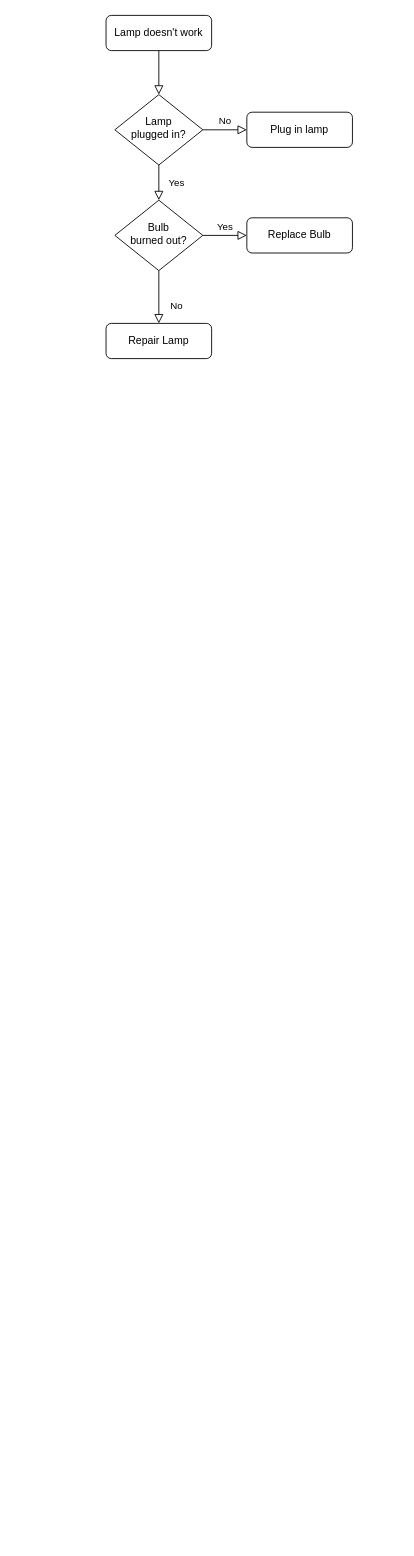
This is src/main/java/testApp/Untitled Diagram.drawio from ChrisZcu/demo, a draw.io file, before an edit. Source tidied: cells renumbered, new cells numbered last; positions are measured from the earlier drawing's top-left corner, leaving out a move shared by most shapes. Both pictures are drawn from the tidied source at 88%, with x=0, y=0 at pixel (106, 15).
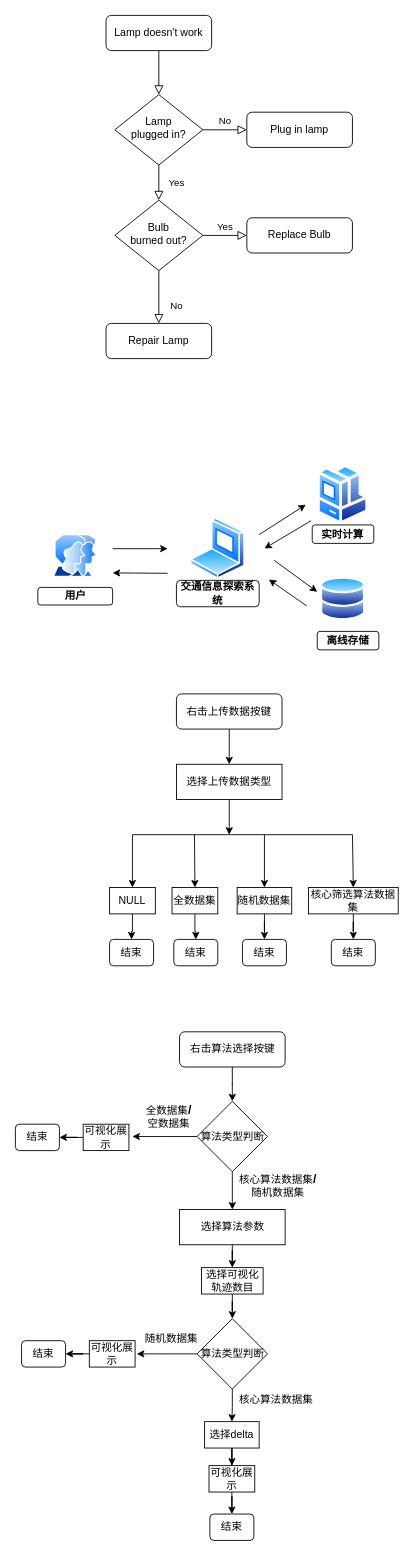
The same page after the edit.

Diff of the diagram source:
```diff
@@
+    <mxCell id="13" style="perimeter=ellipsePerimeter;html=1;align=center;shadow=0;dashed=0;spacingTop=3;image;image=img/lib/active_directory/user_accounts.svg;" parent="1" vertex="1">
+      <mxGeometry x="-60" y="590" width="50" height="48.5" as="geometry" />
+    </mxCell>
+    <mxCell id="14" value="&lt;b&gt;用户&lt;/b&gt;" style="rounded=1;whiteSpace=wrap;html=1;fontSize=12;glass=0;strokeWidth=1;shadow=0;" parent="1" vertex="1">
+      <mxGeometry x="-77.5" y="650" width="85" height="20" as="geometry" />
+    </mxCell>
+    <mxCell id="15" style="endArrow=classic;html=1;" parent="1" edge="1">
+      <mxGeometry relative="1" as="geometry">
+        <mxPoint x="7.5" y="606" as="sourcePoint" />
+        <mxPoint x="70" y="606" as="targetPoint" />
+      </mxGeometry>
+    </mxCell>
+    <mxCell id="16" style="endArrow=classic;html=1;" parent="1" edge="1">
+      <mxGeometry relative="1" as="geometry">
+        <mxPoint x="70" y="634" as="sourcePoint" />
+        <mxPoint x="7.5" y="633.5" as="targetPoint" />
+      </mxGeometry>
+    </mxCell>
+    <mxCell id="17" style="perimeter=ellipsePerimeter;html=1;align=center;shadow=0;dashed=0;spacingTop=3;image;image=img/lib/active_directory/laptop_client.svg;" parent="1" vertex="1">
+      <mxGeometry x="95.5" y="571" width="63" height="70" as="geometry" />
+    </mxCell>
+    <mxCell id="18" value="&lt;b&gt;交通信息探索系统&lt;/b&gt;" style="rounded=1;whiteSpace=wrap;html=1;fontSize=12;glass=0;strokeWidth=1;shadow=0;" parent="1" vertex="1">
+      <mxGeometry x="80" y="642" width="94" height="30" as="geometry" />
+    </mxCell>
+    <mxCell id="19" style="endArrow=classic;html=1;" parent="1" edge="1">
+      <mxGeometry relative="1" as="geometry">
+        <mxPoint x="174" y="590" as="sourcePoint" />
+        <mxPoint x="227" y="556" as="targetPoint" />
+      </mxGeometry>
+    </mxCell>
+    <mxCell id="20" style="endArrow=classic;html=1;" parent="1" edge="1">
+      <mxGeometry relative="1" as="geometry">
+        <mxPoint x="233" y="574.2" as="sourcePoint" />
+        <mxPoint x="180" y="605.8" as="targetPoint" />
+      </mxGeometry>
+    </mxCell>
+    <mxCell id="21" style="perimeter=ellipsePerimeter;html=1;align=center;shadow=0;dashed=0;spacingTop=3;image;image=img/lib/active_directory/databases.svg;" parent="1" vertex="1">
+      <mxGeometry x="243.8" y="638" width="51" height="50" as="geometry" />
+    </mxCell>
+    <mxCell id="22" style="perimeter=ellipsePerimeter;html=1;align=center;shadow=0;dashed=0;spacingTop=3;image;image=img/lib/active_directory/workstation_client.svg;" parent="1" vertex="1">
+      <mxGeometry x="240" y="510" width="58.6" height="69" as="geometry" />
+    </mxCell>
+    <mxCell id="23" style="endArrow=classic;html=1;" parent="1" edge="1">
+      <mxGeometry relative="1" as="geometry">
+        <mxPoint x="191" y="619.2" as="sourcePoint" />
+        <mxPoint x="240" y="655" as="targetPoint" />
+      </mxGeometry>
+    </mxCell>
+    <mxCell id="24" style="endArrow=classic;html=1;" parent="1" edge="1">
+      <mxGeometry relative="1" as="geometry">
+        <mxPoint x="228" y="671" as="sourcePoint" />
+        <mxPoint x="185" y="641" as="targetPoint" />
+      </mxGeometry>
+    </mxCell>
+    <mxCell id="25" value="&lt;b&gt;实时计算&lt;/b&gt;" style="rounded=1;whiteSpace=wrap;html=1;fontSize=12;glass=0;strokeWidth=1;shadow=0;" parent="1" vertex="1">
+      <mxGeometry x="234.3" y="579" width="70" height="21" as="geometry" />
+    </mxCell>
+    <mxCell id="26" value="&lt;b&gt;离线存储&lt;/b&gt;" style="rounded=1;whiteSpace=wrap;html=1;fontSize=12;glass=0;strokeWidth=1;shadow=0;" parent="1" vertex="1">
+      <mxGeometry x="240" y="700" width="70" height="21" as="geometry" />
+    </mxCell>
+    <mxCell id="27" style="edgeStyle=orthogonalEdgeStyle;rounded=0;jettySize=auto;html=1;entryX=0.5;entryY=0;entryDx=0;entryDy=0;" parent="1" edge="1" source="28" target="30">
+      <mxGeometry relative="1" as="geometry" />
+    </mxCell>
+    <mxCell id="28" value="右击上传数据按键" style="rounded=1;whiteSpace=wrap;html=1;fontSize=12;glass=0;strokeWidth=1;shadow=0;" parent="1" vertex="1">
+      <mxGeometry x="80" y="771" width="120" height="40" as="geometry" />
+    </mxCell>
+    <mxCell id="29" style="edgeStyle=orthogonalEdgeStyle;rounded=0;jettySize=auto;html=1;" parent="1" edge="1" source="30">
+      <mxGeometry relative="1" as="geometry">
+        <mxPoint x="140" y="931" as="targetPoint" />
+      </mxGeometry>
+    </mxCell>
+    <mxCell id="30" value="选择上传数据类型" style="rounded=0;whiteSpace=wrap;html=1;" parent="1" vertex="1">
+      <mxGeometry x="80" y="851" width="120" height="40" as="geometry" />
+    </mxCell>
+    <mxCell id="31" style="endArrow=none;html=1;" parent="1" edge="1">
+      <mxGeometry relative="1" as="geometry">
+        <mxPoint x="30" y="931" as="sourcePoint" />
+        <mxPoint x="280" y="931" as="targetPoint" />
+      </mxGeometry>
+    </mxCell>
+    <mxCell id="32" style="endArrow=classic;html=1;entryX=0.5;entryY=0;entryDx=0;entryDy=0;" parent="1" edge="1" target="37">
+      <mxGeometry relative="1" as="geometry">
+        <mxPoint x="30" y="931" as="sourcePoint" />
+      </mxGeometry>
+    </mxCell>
+    <mxCell id="33" style="endArrow=classic;html=1;entryX=0.5;entryY=0;entryDx=0;entryDy=0;" parent="1" edge="1" target="39">
+      <mxGeometry relative="1" as="geometry">
+        <mxPoint x="100.5" y="931" as="sourcePoint" />
+      </mxGeometry>
+    </mxCell>
+    <mxCell id="34" style="endArrow=classic;html=1;entryX=0.5;entryY=0;entryDx=0;entryDy=0;" parent="1" edge="1" target="41">
+      <mxGeometry relative="1" as="geometry">
+        <mxPoint x="180" y="931" as="sourcePoint" />
+      </mxGeometry>
+    </mxCell>
+    <mxCell id="35" style="endArrow=classic;html=1;entryX=0.5;entryY=0;entryDx=0;entryDy=0;" parent="1" edge="1" target="43">
+      <mxGeometry relative="1" as="geometry">
+        <mxPoint x="280" y="931" as="sourcePoint" />
+      </mxGeometry>
+    </mxCell>
+    <mxCell id="36" style="edgeStyle=orthogonalEdgeStyle;rounded=0;jettySize=auto;html=1;entryX=0.5;entryY=0;entryDx=0;entryDy=0;" parent="1" edge="1" source="37" target="44">
+      <mxGeometry relative="1" as="geometry" />
+    </mxCell>
+    <mxCell id="37" value="NULL" style="rounded=0;whiteSpace=wrap;html=1;" parent="1" vertex="1">
+      <mxGeometry x="4" y="991" width="52" height="30" as="geometry" />
+    </mxCell>
+    <mxCell id="38" style="edgeStyle=orthogonalEdgeStyle;rounded=0;jettySize=auto;html=1;entryX=0.5;entryY=0;entryDx=0;entryDy=0;" parent="1" edge="1" source="39" target="45">
+      <mxGeometry relative="1" as="geometry" />
+    </mxCell>
+    <mxCell id="39" value="全数据集" style="rounded=0;whiteSpace=wrap;html=1;" parent="1" vertex="1">
+      <mxGeometry x="75" y="991" width="52" height="30" as="geometry" />
+    </mxCell>
+    <mxCell id="40" style="edgeStyle=orthogonalEdgeStyle;rounded=0;jettySize=auto;html=1;entryX=0.5;entryY=0;entryDx=0;entryDy=0;" parent="1" edge="1" source="41" target="46">
+      <mxGeometry relative="1" as="geometry" />
+    </mxCell>
+    <mxCell id="41" value="随机数据集" style="rounded=0;whiteSpace=wrap;html=1;" parent="1" vertex="1">
+      <mxGeometry x="149" y="991" width="62" height="30" as="geometry" />
+    </mxCell>
+    <mxCell id="42" style="edgeStyle=orthogonalEdgeStyle;rounded=0;jettySize=auto;html=1;entryX=0.5;entryY=0;entryDx=0;entryDy=0;" parent="1" edge="1" source="43" target="47">
+      <mxGeometry relative="1" as="geometry" />
+    </mxCell>
+    <mxCell id="43" value="核心筛选算法数据集" style="rounded=0;whiteSpace=wrap;html=1;" parent="1" vertex="1">
+      <mxGeometry x="230" y="991" width="102" height="30" as="geometry" />
+    </mxCell>
+    <mxCell id="44" value="结束" style="rounded=1;whiteSpace=wrap;html=1;fontSize=12;glass=0;strokeWidth=1;shadow=0;" parent="1" vertex="1">
+      <mxGeometry x="4" y="1050" width="50" height="30" as="geometry" />
+    </mxCell>
+    <mxCell id="45" value="结束" style="rounded=1;whiteSpace=wrap;html=1;fontSize=12;glass=0;strokeWidth=1;shadow=0;" parent="1" vertex="1">
+      <mxGeometry x="77" y="1050" width="50" height="30" as="geometry" />
+    </mxCell>
+    <mxCell id="46" value="结束" style="rounded=1;whiteSpace=wrap;html=1;fontSize=12;glass=0;strokeWidth=1;shadow=0;" parent="1" vertex="1">
+      <mxGeometry x="155" y="1050" width="50" height="30" as="geometry" />
+    </mxCell>
+    <mxCell id="47" value="结束" style="rounded=1;whiteSpace=wrap;html=1;fontSize=12;glass=0;strokeWidth=1;shadow=0;" parent="1" vertex="1">
+      <mxGeometry x="256" y="1050" width="50" height="30" as="geometry" />
+    </mxCell>
+    <mxCell id="48" style="edgeStyle=orthogonalEdgeStyle;rounded=0;jettySize=auto;html=1;entryX=0.5;entryY=0;entryDx=0;entryDy=0;" parent="1" edge="1" source="49" target="58">
+      <mxGeometry relative="1" as="geometry" />
+    </mxCell>
+    <mxCell id="49" value="右击算法选择按键" style="rounded=1;whiteSpace=wrap;html=1;fontSize=12;glass=0;strokeWidth=1;shadow=0;" parent="1" vertex="1">
+      <mxGeometry x="83.5" y="1155" width="120" height="40" as="geometry" />
+    </mxCell>
+    <mxCell id="50" style="edgeStyle=orthogonalEdgeStyle;rounded=0;jettySize=auto;html=1;entryX=0.5;entryY=0;entryDx=0;entryDy=0;" parent="1" edge="1" source="51" target="53">
+      <mxGeometry relative="1" as="geometry" />
+    </mxCell>
+    <mxCell id="51" value="选择算法参数" style="rounded=0;whiteSpace=wrap;html=1;" parent="1" vertex="1">
+      <mxGeometry x="83.5" y="1357" width="120" height="40" as="geometry" />
+    </mxCell>
+    <mxCell id="52" style="edgeStyle=orthogonalEdgeStyle;rounded=0;jettySize=auto;html=1;entryX=0.5;entryY=0;entryDx=0;entryDy=0;" parent="1" edge="1" source="53" target="66">
+      <mxGeometry relative="1" as="geometry" />
+    </mxCell>
+    <mxCell id="53" value="选择可视化轨迹数目" style="rounded=0;whiteSpace=wrap;html=1;" parent="1" vertex="1">
+      <mxGeometry x="108.5" y="1423" width="70" height="30" as="geometry" />
+    </mxCell>
+    <mxCell id="54" style="edgeStyle=orthogonalEdgeStyle;rounded=0;jettySize=auto;html=1;entryX=0.5;entryY=0;entryDx=0;entryDy=0;" parent="1" edge="1" source="55" target="73">
+      <mxGeometry relative="1" as="geometry" />
+    </mxCell>
+    <mxCell id="55" value="选择delta" style="rounded=0;whiteSpace=wrap;html=1;" parent="1" vertex="1">
+      <mxGeometry x="112" y="1598" width="62" height="30" as="geometry" />
+    </mxCell>
+    <mxCell id="56" style="edgeStyle=orthogonalEdgeStyle;rounded=0;jettySize=auto;html=1;" parent="1" edge="1" source="58">
+      <mxGeometry relative="1" as="geometry">
+        <mxPoint x="30" y="1274" as="targetPoint" />
+      </mxGeometry>
+    </mxCell>
+    <mxCell id="57" style="edgeStyle=orthogonalEdgeStyle;rounded=0;jettySize=auto;html=1;entryX=0.5;entryY=0;entryDx=0;entryDy=0;" parent="1" edge="1" source="58" target="51">
+      <mxGeometry relative="1" as="geometry" />
+    </mxCell>
+    <mxCell id="58" value="算法类型判断" style="rhombus;whiteSpace=wrap;html=1;" parent="1" vertex="1">
+      <mxGeometry x="103.5" y="1234" width="80" height="80" as="geometry" />
+    </mxCell>
+    <mxCell id="59" value="全数据集&lt;b&gt;&lt;font style=&quot;font-size: 14px&quot;&gt;/&lt;br&gt;&lt;/font&gt;&lt;/b&gt;空数据集" style="text;html=1;align=center;verticalAlign=middle;" parent="1" vertex="1">
+      <mxGeometry x="40" y="1234" width="62" height="33" as="geometry" />
+    </mxCell>
+    <mxCell id="60" style="edgeStyle=orthogonalEdgeStyle;rounded=0;jettySize=auto;html=1;entryX=1;entryY=0.5;entryDx=0;entryDy=0;" parent="1" edge="1" source="61" target="62">
+      <mxGeometry relative="1" as="geometry" />
+    </mxCell>
+    <mxCell id="61" value="可视化展示" style="rounded=0;whiteSpace=wrap;html=1;" parent="1" vertex="1">
+      <mxGeometry x="-26" y="1260" width="52" height="30" as="geometry" />
+    </mxCell>
+    <mxCell id="62" value="结束" style="rounded=1;whiteSpace=wrap;html=1;fontSize=12;glass=0;strokeWidth=1;shadow=0;" parent="1" vertex="1">
+      <mxGeometry x="-103" y="1260" width="50" height="30" as="geometry" />
+    </mxCell>
+    <mxCell id="63" value="&lt;font&gt;核心算法数据集&lt;/font&gt;&lt;font style=&quot;font-weight: bold ; font-size: 14px&quot;&gt;/&lt;br&gt;&lt;/font&gt;随机数据集" style="text;html=1;align=center;verticalAlign=middle;" parent="1" vertex="1">
+      <mxGeometry x="145.8" y="1312" width="98" height="33" as="geometry" />
+    </mxCell>
+    <mxCell id="64" style="edgeStyle=orthogonalEdgeStyle;rounded=0;jettySize=auto;html=1;" parent="1" edge="1" source="66">
+      <mxGeometry relative="1" as="geometry">
+        <mxPoint x="35" y="1521" as="targetPoint" />
+      </mxGeometry>
+    </mxCell>
+    <mxCell id="65" style="edgeStyle=orthogonalEdgeStyle;rounded=0;jettySize=auto;html=1;entryX=0.5;entryY=0;entryDx=0;entryDy=0;" parent="1" edge="1" source="66" target="55">
+      <mxGeometry relative="1" as="geometry" />
+    </mxCell>
+    <mxCell id="66" value="算法类型判断" style="rhombus;whiteSpace=wrap;html=1;" parent="1" vertex="1">
+      <mxGeometry x="103.5" y="1481" width="80" height="80" as="geometry" />
+    </mxCell>
+    <mxCell id="67" style="edgeStyle=orthogonalEdgeStyle;rounded=0;jettySize=auto;html=1;entryX=1;entryY=0.5;entryDx=0;entryDy=0;" parent="1" edge="1" source="68" target="69">
+      <mxGeometry relative="1" as="geometry" />
+    </mxCell>
+    <mxCell id="68" value="可视化展示" style="rounded=0;whiteSpace=wrap;html=1;" parent="1" vertex="1">
+      <mxGeometry x="-19" y="1506" width="52" height="30" as="geometry" />
+    </mxCell>
+    <mxCell id="69" value="结束" style="rounded=1;whiteSpace=wrap;html=1;fontSize=12;glass=0;strokeWidth=1;shadow=0;" parent="1" vertex="1">
+      <mxGeometry x="-96" y="1506" width="50" height="30" as="geometry" />
+    </mxCell>
+    <mxCell id="70" value="随机数据集" style="text;html=1;align=center;verticalAlign=middle;" parent="1" vertex="1">
+      <mxGeometry x="38.5" y="1495" width="70" height="18" as="geometry" />
+    </mxCell>
+    <mxCell id="71" value="核心算法数据集" style="text;html=1;align=center;verticalAlign=middle;" parent="1" vertex="1">
+      <mxGeometry x="145.8" y="1564" width="94" height="18" as="geometry" />
+    </mxCell>
+    <mxCell id="72" style="edgeStyle=orthogonalEdgeStyle;rounded=0;jettySize=auto;html=1;entryX=0.5;entryY=0;entryDx=0;entryDy=0;" parent="1" edge="1" source="73" target="74">
+      <mxGeometry relative="1" as="geometry" />
+    </mxCell>
+    <mxCell id="73" value="可视化展示" style="rounded=0;whiteSpace=wrap;html=1;" parent="1" vertex="1">
+      <mxGeometry x="117" y="1648" width="52" height="30" as="geometry" />
+    </mxCell>
+    <mxCell id="74" value="结束" style="rounded=1;whiteSpace=wrap;html=1;fontSize=12;glass=0;strokeWidth=1;shadow=0;" parent="1" vertex="1">
+      <mxGeometry x="118" y="1703" width="50" height="30" as="geometry" />
+    </mxCell>
```
